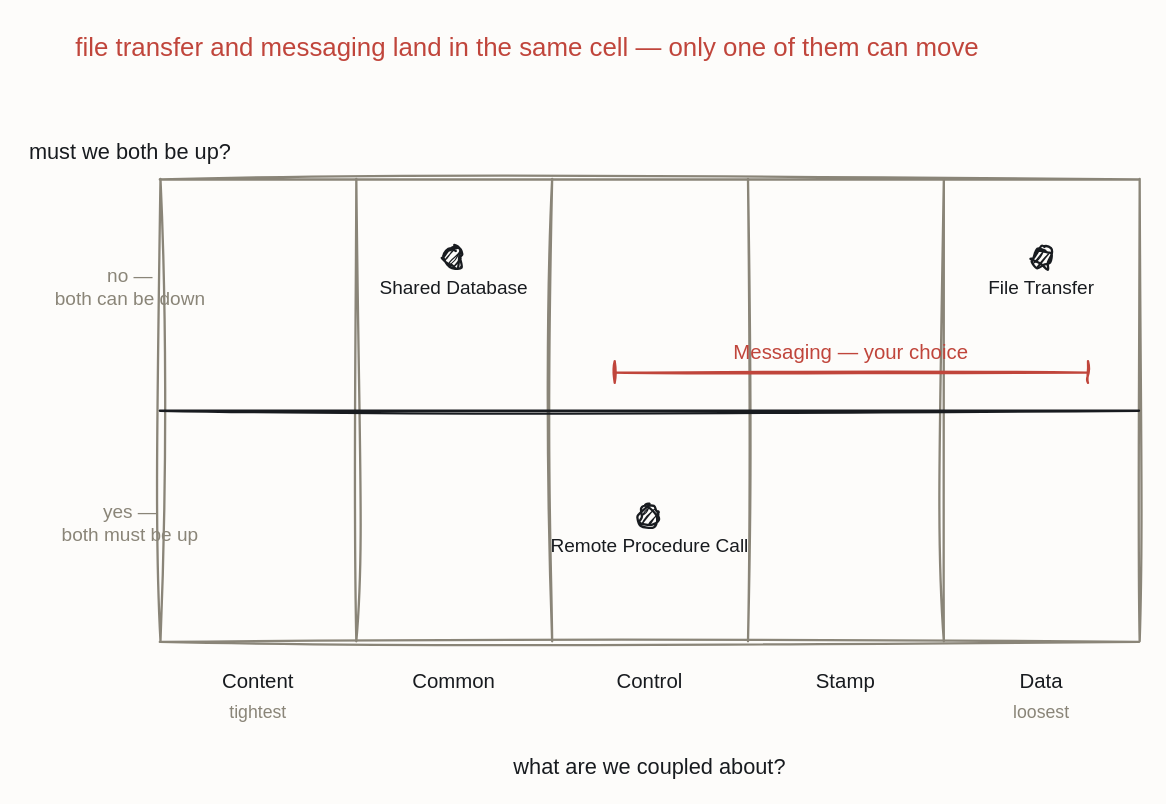
This is resources/grid-integration-styles.drawio from iancooper/practical-messaging, a draw.io file, before an edit. Source tidied: cells renumbered, new cells numbered last; positions are measured from the earlier drawing's top-left corner, leaving out a move shared by most shapes. Both pictures are drawn from the tidied source at 136%, with x=0, y=0 at pixel (48, 23).
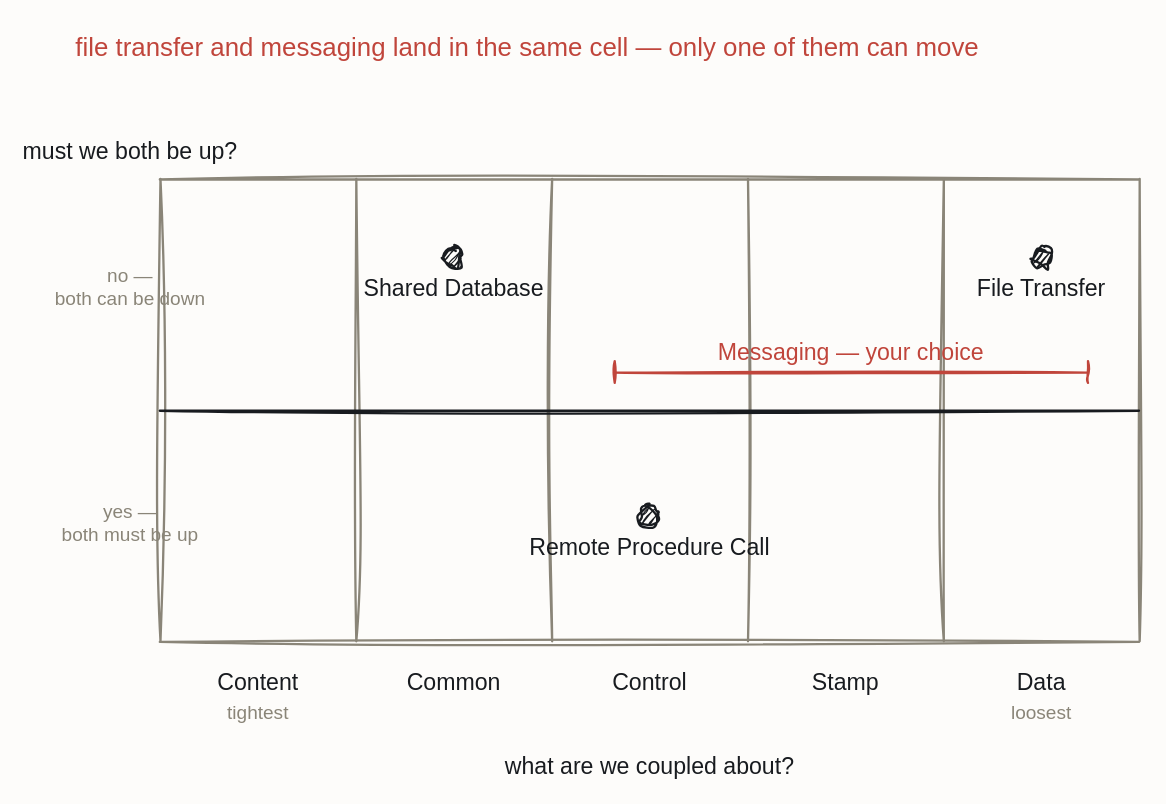
The same page after the edit.

The edit, as a diff of the source:
```diff
@@
-    <mxCell id="11" value="must we both be up?" style="text;html=1;align=center;fontFamily=Caveat;fontSize=16;fontColor=#181B1F;" parent="1" vertex="1">
+    <mxCell id="11" value="must we both be up?" style="text;html=1;align=center;fontFamily=Caveat;fontSize=17;fontColor=#181B1F;" parent="1" vertex="1">
       <mxGeometry y="78" width="120" height="20" as="geometry" />
     </mxCell>
@@
-    <mxCell id="14" value="Content" style="text;html=1;align=center;fontFamily=Caveat;fontSize=15;fontColor=#181B1F;" parent="1" vertex="1">
+    <mxCell id="14" value="Content" style="text;html=1;align=center;fontFamily=Caveat;fontSize=17;fontColor=#181B1F;" parent="1" vertex="1">
       <mxGeometry x="94" y="468" width="120" height="20" as="geometry" />
     </mxCell>
-    <mxCell id="15" value="Common" style="text;html=1;align=center;fontFamily=Caveat;fontSize=15;fontColor=#181B1F;" parent="1" vertex="1">
+    <mxCell id="15" value="Common" style="text;html=1;align=center;fontFamily=Caveat;fontSize=17;fontColor=#181B1F;" parent="1" vertex="1">
       <mxGeometry x="238" y="468" width="120" height="20" as="geometry" />
     </mxCell>
-    <mxCell id="16" value="Control" style="text;html=1;align=center;fontFamily=Caveat;fontSize=15;fontColor=#181B1F;" parent="1" vertex="1">
+    <mxCell id="16" value="Control" style="text;html=1;align=center;fontFamily=Caveat;fontSize=17;fontColor=#181B1F;" parent="1" vertex="1">
       <mxGeometry x="382" y="468" width="120" height="20" as="geometry" />
     </mxCell>
-    <mxCell id="17" value="Stamp" style="text;html=1;align=center;fontFamily=Caveat;fontSize=15;fontColor=#181B1F;" parent="1" vertex="1">
+    <mxCell id="17" value="Stamp" style="text;html=1;align=center;fontFamily=Caveat;fontSize=17;fontColor=#181B1F;" parent="1" vertex="1">
       <mxGeometry x="526" y="468" width="120" height="20" as="geometry" />
     </mxCell>
-    <mxCell id="18" value="Data" style="text;html=1;align=center;fontFamily=Caveat;fontSize=15;fontColor=#181B1F;" parent="1" vertex="1">
+    <mxCell id="18" value="Data" style="text;html=1;align=center;fontFamily=Caveat;fontSize=17;fontColor=#181B1F;" parent="1" vertex="1">
       <mxGeometry x="670" y="468" width="120" height="20" as="geometry" />
     </mxCell>
-    <mxCell id="19" value="tightest" style="text;html=1;align=center;fontFamily=Caveat;fontSize=13;fontColor=#8A8578;" parent="1" vertex="1">
+    <mxCell id="19" value="tightest" style="text;html=1;align=center;fontFamily=Caveat;fontSize=14;fontColor=#8A8578;" parent="1" vertex="1">
       <mxGeometry x="94" y="492" width="120" height="20" as="geometry" />
     </mxCell>
-    <mxCell id="20" value="loosest" style="text;html=1;align=center;fontFamily=Caveat;fontSize=13;fontColor=#8A8578;" parent="1" vertex="1">
+    <mxCell id="20" value="loosest" style="text;html=1;align=center;fontFamily=Caveat;fontSize=14;fontColor=#8A8578;" parent="1" vertex="1">
       <mxGeometry x="670" y="492" width="120" height="20" as="geometry" />
     </mxCell>
-    <mxCell id="21" value="what are we coupled about?" style="text;html=1;align=center;fontFamily=Caveat;fontSize=16;fontColor=#181B1F;" parent="1" vertex="1">
+    <mxCell id="21" value="what are we coupled about?" style="text;html=1;align=center;fontFamily=Caveat;fontSize=17;fontColor=#181B1F;" parent="1" vertex="1">
       <mxGeometry x="382" y="530" width="120" height="20" as="geometry" />
     </mxCell>
@@
-    <mxCell id="23" value="Shared Database" style="sketch=1;hachureGap=4;jiggle=2;curveFitting=1;fontFamily=Caveat;html=1;ellipse;verticalLabelPosition=bottom;verticalAlign=top;strokeColor=#181B1F;strokeWidth=1.7;fillColor=#181B1F;fontColor=#181B1F;fontSize=14;" parent="1" vertex="1">
+    <mxCell id="23" value="Shared Database" style="sketch=1;hachureGap=4;jiggle=2;curveFitting=1;fontFamily=Caveat;html=1;ellipse;verticalLabelPosition=bottom;verticalAlign=top;strokeColor=#181B1F;strokeWidth=1.7;fillColor=#181B1F;fontColor=#181B1F;fontSize=17;" parent="1" vertex="1">
       <mxGeometry x="291" y="165" width="14" height="14" as="geometry" />
     </mxCell>
-    <mxCell id="24" value="File Transfer" style="sketch=1;hachureGap=4;jiggle=2;curveFitting=1;fontFamily=Caveat;html=1;ellipse;verticalLabelPosition=bottom;verticalAlign=top;strokeColor=#181B1F;strokeWidth=1.7;fillColor=#181B1F;fontColor=#181B1F;fontSize=14;" parent="1" vertex="1">
+    <mxCell id="24" value="File Transfer" style="sketch=1;hachureGap=4;jiggle=2;curveFitting=1;fontFamily=Caveat;html=1;ellipse;verticalLabelPosition=bottom;verticalAlign=top;strokeColor=#181B1F;strokeWidth=1.7;fillColor=#181B1F;fontColor=#181B1F;fontSize=17;" parent="1" vertex="1">
       <mxGeometry x="723" y="165" width="14" height="14" as="geometry" />
     </mxCell>
-    <mxCell id="25" value="Remote Procedure Call" style="sketch=1;hachureGap=4;jiggle=2;curveFitting=1;fontFamily=Caveat;html=1;ellipse;verticalLabelPosition=bottom;verticalAlign=top;strokeColor=#181B1F;strokeWidth=1.7;fillColor=#181B1F;fontColor=#181B1F;fontSize=14;" parent="1" vertex="1">
+    <mxCell id="25" value="Remote Procedure Call" style="sketch=1;hachureGap=4;jiggle=2;curveFitting=1;fontFamily=Caveat;html=1;ellipse;verticalLabelPosition=bottom;verticalAlign=top;strokeColor=#181B1F;strokeWidth=1.7;fillColor=#181B1F;fontColor=#181B1F;fontSize=17;" parent="1" vertex="1">
       <mxGeometry x="435" y="355" width="14" height="14" as="geometry" />
     </mxCell>
@@
-    <mxCell id="29" value="Messaging — your choice" style="text;html=1;align=center;fontFamily=Caveat;fontSize=15;fontColor=#C0453B;" parent="1" vertex="1">
+    <mxCell id="29" value="Messaging — your choice" style="text;html=1;align=center;fontFamily=Caveat;fontSize=17;fontColor=#C0453B;" parent="1" vertex="1">
       <mxGeometry x="530" y="226" width="120" height="20" as="geometry" />
     </mxCell>
```
